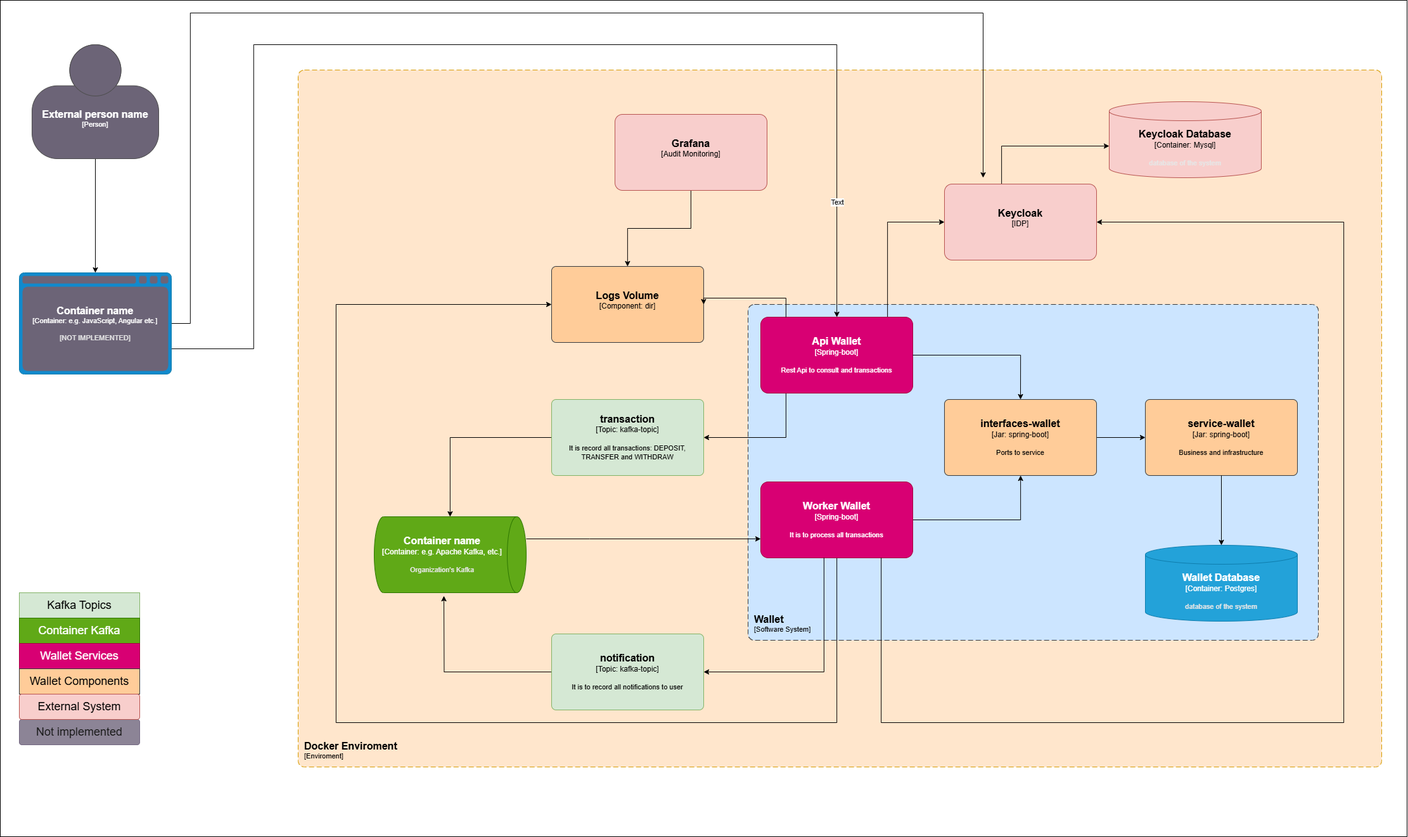
The draw.io diagram diagram.png in silviorazec/wallet, before a commit. Source tidied: cells renumbered, new cells last; positions are measured from the earlier drawing's top-left corner, leaving out a move shared by most shapes.
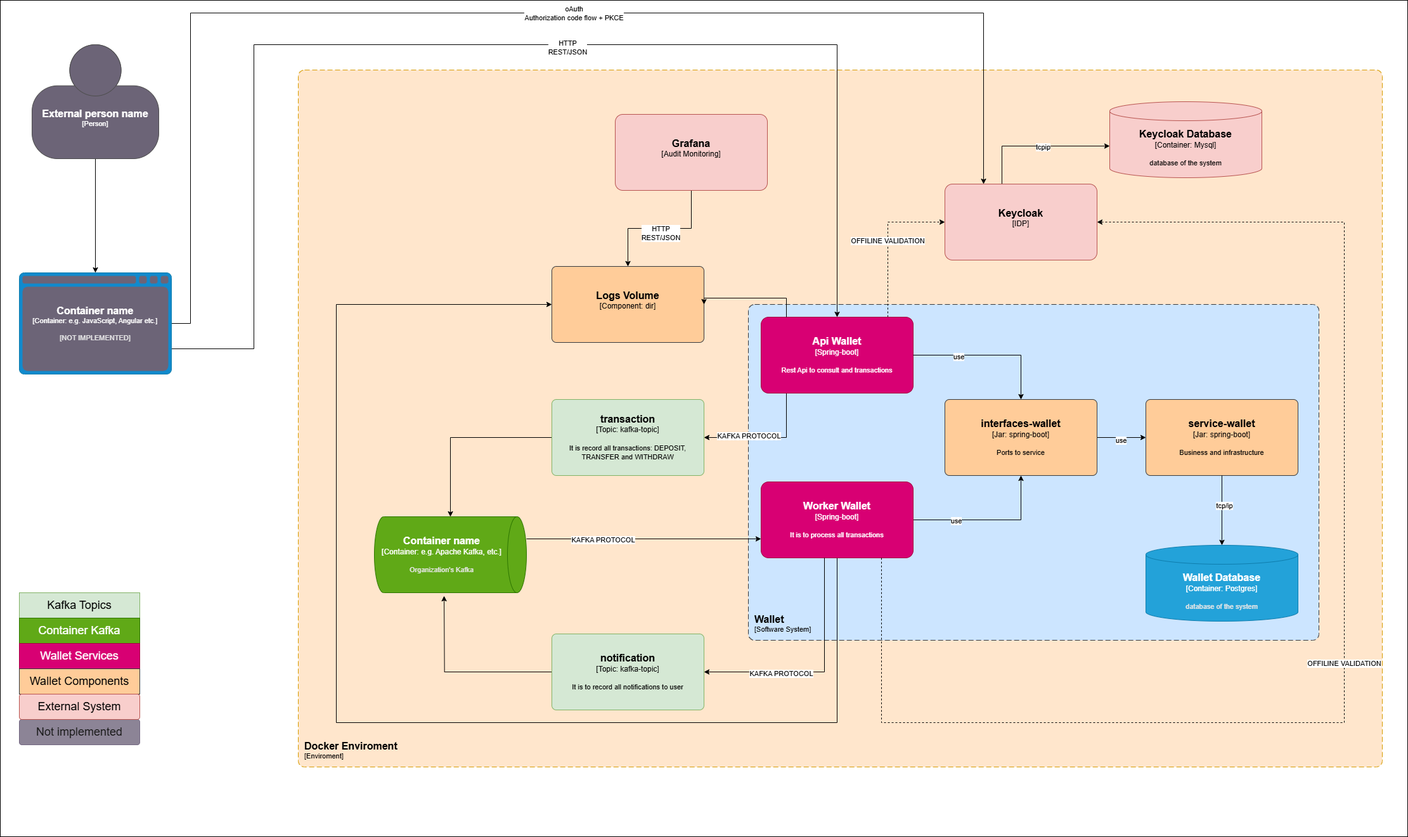
After the change.

The edit, as a diff of the source:
```diff
@@ -22,7 +22,12 @@
         </Array>
       </mxGeometry>
     </mxCell>
+    <mxCell id="44" value="KAFKA PROTOCOL" style="edgeLabel;html=1;align=center;verticalAlign=middle;" parent="5" vertex="1">
+      <mxGeometry x="0.3" y="-4" relative="1" as="geometry">
+        <mxPoint x="-1" as="offset" />
+      </mxGeometry>
+    </mxCell>
-    <mxCell id="6" style="edgeStyle=orthogonalEdgeStyle;rounded=0;jettySize=auto;html=1;" parent="1" edge="1" source="7" target="25">
+    <mxCell id="6" value="OFFILINE VALIDATION" style="edgeStyle=orthogonalEdgeStyle;rounded=0;jettySize=auto;html=1;dashed=1;" parent="1" edge="1" source="7" target="25">
       <mxGeometry relative="1" as="geometry">
         <Array as="points">
           <mxPoint x="1400" y="350" />
@@ -60,6 +65,9 @@
     <mxCell id="13" style="edgeStyle=orthogonalEdgeStyle;rounded=0;jettySize=auto;html=1;" parent="1" edge="1" source="15" target="20">
       <mxGeometry relative="1" as="geometry" />
     </mxCell>
+    <mxCell id="45" value="use" style="edgeLabel;html=1;align=center;verticalAlign=middle;" parent="13" vertex="1">
+      <mxGeometry x="-0.44" relative="1" as="geometry" />
+    </mxCell>
     <mxCell id="14" style="edgeStyle=orthogonalEdgeStyle;rounded=0;jettySize=auto;html=1;" parent="1" edge="1" source="15" target="36">
       <mxGeometry relative="1" as="geometry">
         <Array as="points">
@@ -82,6 +90,11 @@
         </Array>
       </mxGeometry>
     </mxCell>
+    <mxCell id="46" value="KAFKA PROTOCOL" style="edgeLabel;html=1;align=center;verticalAlign=middle;" parent="16" vertex="1">
+      <mxGeometry x="-0.36" relative="1" as="geometry">
+        <mxPoint x="-1" as="offset" />
+      </mxGeometry>
+    </mxCell>
     <mxCell id="17" style="edgeStyle=orthogonalEdgeStyle;rounded=0;jettySize=auto;html=1;entryX=1;entryY=0.5;entryDx=0;entryDy=0;entryPerimeter=0;" parent="1" edge="1" source="15" target="12">
       <mxGeometry relative="1" as="geometry">
         <Array as="points">
@@ -89,6 +102,11 @@
         </Array>
       </mxGeometry>
     </mxCell>
+    <mxCell id="47" value="KAFKA PROTOCOL" style="edgeLabel;html=1;align=center;verticalAlign=middle;" parent="17" vertex="1">
+      <mxGeometry x="-0.3" y="3" relative="1" as="geometry">
+        <mxPoint x="-73" y="51" as="offset" />
+      </mxGeometry>
+    </mxCell>
     <object id="18" label="&lt;font style=&quot;font-size: 16px&quot;&gt;&lt;b&gt;%c4Name%&lt;/b&gt;&lt;/font&gt;&lt;div&gt;[%c4Type%: %c4Technology%]&lt;/div&gt;&lt;br&gt;&lt;div&gt;&lt;font style=&quot;font-size: 11px&quot;&gt;%c4Description%&lt;/font&gt;&lt;/div&gt;" c4Description="Business and infrastructure" c4Name="service-wallet" c4Technology="spring-boot" c4Type="Jar" placeholders="1">
       <mxCell style="rounded=1;whiteSpace=wrap;html=1;labelBackgroundColor=none;fillColor=#ffcc99;align=center;arcSize=6;strokeColor=#36393d;points=[[0.25,0,0],[0.5,0,0],[0.75,0,0],[1,0.25,0],[1,0.5,0],[1,0.75,0],[0.75,1,0],[0.5,1,0],[0.25,1,0],[0,0.75,0],[0,0.5,0],[0,0.25,0]];" parent="1" vertex="1">
         <mxGeometry x="1807" y="630" width="240" height="120" as="geometry" />
@@ -97,6 +115,11 @@
     <mxCell id="19" style="edgeStyle=orthogonalEdgeStyle;rounded=0;jettySize=auto;html=1;" parent="1" edge="1" source="20" target="18">
       <mxGeometry relative="1" as="geometry" />
     </mxCell>
+    <mxCell id="48" value="use" style="edgeLabel;html=1;align=center;verticalAlign=middle;" parent="19" vertex="1">
+      <mxGeometry x="-0.03" y="-2" relative="1" as="geometry">
+        <mxPoint y="1" as="offset" />
+      </mxGeometry>
+    </mxCell>
     <object id="20" label="&lt;font style=&quot;font-size: 16px&quot;&gt;&lt;b&gt;%c4Name%&lt;/b&gt;&lt;/font&gt;&lt;div&gt;[%c4Type%: %c4Technology%]&lt;/div&gt;&lt;br&gt;&lt;div&gt;&lt;font style=&quot;font-size: 11px&quot;&gt;%c4Description%&lt;/font&gt;&lt;/div&gt;" c4Description="Ports to service" c4Name="interfaces-wallet" c4Technology="spring-boot" c4Type="Jar" placeholders="1">
       <mxCell style="rounded=1;whiteSpace=wrap;html=1;labelBackgroundColor=none;fillColor=#ffcc99;align=center;arcSize=6;strokeColor=#36393d;points=[[0.25,0,0],[0.5,0,0],[0.75,0,0],[1,0.25,0],[1,0.5,0],[1,0.75,0],[0.75,1,0],[0.5,1,0],[0.25,1,0],[0,0.75,0],[0,0.5,0],[0,0.25,0]];" parent="1" vertex="1">
         <mxGeometry x="1490" y="630" width="240" height="120" as="geometry" />
@@ -105,6 +128,9 @@
     <mxCell id="21" style="edgeStyle=orthogonalEdgeStyle;rounded=0;jettySize=auto;html=1;entryX=0.5;entryY=0;entryDx=0;entryDy=0;entryPerimeter=0;" parent="1" edge="1" source="7" target="20">
       <mxGeometry relative="1" as="geometry" />
     </mxCell>
+    <mxCell id="49" value="use" style="edgeLabel;html=1;align=center;verticalAlign=middle;" parent="21" vertex="1">
+      <mxGeometry x="-0.43" y="-1" relative="1" as="geometry" />
+    </mxCell>
     <object id="22" label="&lt;font style=&quot;font-size: 16px&quot;&gt;&lt;b&gt;%c4Name%&lt;/b&gt;&lt;/font&gt;&lt;div&gt;[%c4Type%:&amp;nbsp;%c4Technology%]&lt;/div&gt;&lt;br&gt;&lt;div&gt;&lt;font style=&quot;font-size: 11px&quot;&gt;&lt;font color=&quot;#E6E6E6&quot;&gt;%c4Description%&lt;/font&gt;&lt;/div&gt;" c4Description="database of the system" c4Name="Wallet Database" c4Technology="Postgres" c4Type="Container" placeholders="1">
       <mxCell style="shape=cylinder3;size=15;whiteSpace=wrap;html=1;boundedLbl=1;rounded=0;labelBackgroundColor=none;fillColor=#23A2D9;fontSize=12;fontColor=#ffffff;align=center;strokeColor=#0E7DAD;points=[[0.5,0,0],[1,0.25,0],[1,0.5,0],[1,0.75,0],[0.5,1,0],[0,0.75,0],[0,0.5,0],[0,0.25,0]];" parent="1" vertex="1">
         <mxGeometry x="1807" y="860" width="240" height="120" as="geometry" />
@@ -113,6 +139,9 @@
     <mxCell id="23" style="edgeStyle=orthogonalEdgeStyle;rounded=0;jettySize=auto;html=1;entryX=0.5;entryY=0;entryDx=0;entryDy=0;entryPerimeter=0;" parent="1" edge="1" source="18" target="22">
       <mxGeometry relative="1" as="geometry" />
     </mxCell>
+    <mxCell id="50" value="tcp/ip" style="edgeLabel;html=1;align=center;verticalAlign=middle;" parent="23" vertex="1">
+      <mxGeometry x="-0.14" y="2" relative="1" as="geometry" />
+    </mxCell>
     <mxCell id="24" style="edgeStyle=orthogonalEdgeStyle;rounded=0;jettySize=auto;html=1;" parent="1" edge="1" source="25" target="33">
       <mxGeometry relative="1" as="geometry">
         <Array as="points">
@@ -120,12 +149,15 @@
         </Array>
       </mxGeometry>
     </mxCell>
+    <mxCell id="51" value="tcpip" style="edgeLabel;html=1;align=center;verticalAlign=middle;" parent="24" vertex="1">
+      <mxGeometry x="0.09" relative="1" as="geometry" />
+    </mxCell>
     <object id="25" label="&lt;font style=&quot;font-size: 16px&quot;&gt;&lt;b&gt;%c4Name%&lt;/b&gt;&lt;/font&gt;&lt;div&gt;[%c4Type%]&lt;/div&gt;&lt;br&gt;&lt;div&gt;&lt;font style=&quot;font-size: 11px&quot;&gt;&lt;font color=&quot;#cccccc&quot;&gt;%c4Description%&lt;/font&gt;&lt;/div&gt;" c4Description="" c4Name="Keycloak" c4Type="IDP" placeholders="1">
       <mxCell style="rounded=1;whiteSpace=wrap;html=1;labelBackgroundColor=none;fillColor=#f8cecc;align=center;arcSize=10;strokeColor=#b85450;points=[[0.25,0,0],[0.5,0,0],[0.75,0,0],[1,0.25,0],[1,0.5,0],[1,0.75,0],[0.75,1,0],[0.5,1,0],[0.25,1,0],[0,0.75,0],[0,0.5,0],[0,0.25,0]];" parent="1" vertex="1">
         <mxGeometry x="1490" y="290" width="240" height="120" as="geometry" />
       </mxCell>
     </object>
-    <mxCell id="26" style="edgeStyle=orthogonalEdgeStyle;rounded=0;jettySize=auto;html=1;entryX=1;entryY=0.5;entryDx=0;entryDy=0;entryPerimeter=0;" parent="1" edge="1" source="15" target="25">
+    <mxCell id="26" value="OFFILINE VALIDATION" style="edgeStyle=orthogonalEdgeStyle;rounded=0;jettySize=auto;html=1;entryX=1;entryY=0.5;entryDx=0;entryDy=0;entryPerimeter=0;dashed=1;" parent="1" edge="1" source="15" target="25">
       <mxGeometry relative="1" as="geometry">
         <Array as="points">
           <mxPoint x="1390" y="1140" />
@@ -151,35 +183,40 @@
         </Array>
       </mxGeometry>
     </mxCell>
-    <mxCell id="30" value="Text" style="edgeLabel;html=1;align=center;verticalAlign=middle;" parent="29" vertex="1">
-      <mxGeometry x="0.81" y="-1" relative="1" as="geometry">
-        <mxPoint y="1" as="offset" />
-      </mxGeometry>
-    </mxCell>
+    <mxCell id="52" value="HTTP&lt;div&gt;REST/JSON&lt;/div&gt;" style="edgeLabel;html=1;align=center;verticalAlign=middle;" parent="29" vertex="1">
+      <mxGeometry x="0.13" y="-3" relative="1" as="geometry" />
+    </mxCell>
-    <mxCell id="31" style="edgeStyle=orthogonalEdgeStyle;rounded=0;jettySize=auto;html=1;" parent="1" edge="1" source="32">
+    <mxCell id="31" style="edgeStyle=orthogonalEdgeStyle;rounded=0;jettySize=auto;html=1;" parent="1" edge="1" source="32" target="25">
       <mxGeometry relative="1" as="geometry">
-        <mxPoint x="1550" y="280" as="targetPoint" />
         <Array as="points">
           <mxPoint x="300" y="510" />
           <mxPoint x="300" y="20" />
           <mxPoint x="1551" y="20" />
-          <mxPoint x="1551" y="280" />
         </Array>
       </mxGeometry>
     </mxCell>
+    <mxCell id="53" value="oAuth&lt;br&gt;Authorization code flow + PKCE" style="edgeLabel;html=1;align=center;verticalAlign=middle;" parent="31" vertex="1">
+      <mxGeometry x="0.1" y="1" relative="1" as="geometry" />
+    </mxCell>
     <object id="32" label="&lt;font style=&quot;font-size: 16px&quot;&gt;&lt;b&gt;%c4Name%&lt;/b&gt;&lt;/font&gt;&lt;div&gt;[%c4Type%:&amp;nbsp;%c4Technology%]&lt;/div&gt;&lt;br&gt;&lt;div&gt;&lt;font style=&quot;font-size: 11px&quot;&gt;&lt;font color=&quot;#E6E6E6&quot;&gt;%c4Description%&lt;/font&gt;&lt;/div&gt;" c4Description="[NOT IMPLEMENTED]" c4Name="Container name" c4Technology="e.g. JavaScript, Angular etc." c4Type="Container" placeholders="1">
       <mxCell style="shape=mxgraph.c4.webBrowserContainer2;whiteSpace=wrap;html=1;boundedLbl=1;rounded=0;labelBackgroundColor=none;strokeColor=#4D4D4D;fillColor=#6C6477;strokeColor=#118ACD;strokeColor2=#0E7DAD;fontSize=11;fontColor=#ffffff;align=center;points=[[0.5,0,0],[1,0.25,0],[1,0.5,0],[1,0.75,0],[0.5,1,0],[0,0.75,0],[0,0.5,0],[0,0.25,0]];dashed=0;verticalAlign=middle;fontFamily=Helvetica;" parent="1" vertex="1">
         <mxGeometry x="30" y="430" width="240" height="160" as="geometry" />
       </mxCell>
     </object>
-    <object id="33" label="&lt;font style=&quot;font-size: 16px&quot;&gt;&lt;b&gt;%c4Name%&lt;/b&gt;&lt;/font&gt;&lt;div&gt;[%c4Type%:&amp;nbsp;%c4Technology%]&lt;/div&gt;&lt;br&gt;&lt;div&gt;&lt;font style=&quot;font-size: 11px&quot;&gt;&lt;font color=&quot;#E6E6E6&quot;&gt;%c4Description%&lt;/font&gt;&lt;/div&gt;" c4Description="database of the system" c4Name="Keycloak Database" c4Technology="Mysql" c4Type="Container" placeholders="1">
-      <mxCell style="shape=cylinder3;size=15;whiteSpace=wrap;html=1;boundedLbl=1;rounded=1;labelBackgroundColor=none;fillColor=#f8cecc;fontSize=12;align=center;strokeColor=#b85450;points=[[0.5,0,0],[1,0.25,0],[1,0.5,0],[1,0.75,0],[0.5,1,0],[0,0.75,0],[0,0.5,0],[0,0.25,0]];verticalAlign=middle;arcSize=10;fontFamily=Helvetica;" parent="1" vertex="1">
+    <object id="33" label="&lt;font style=&quot;font-size: 16px&quot;&gt;&lt;b&gt;%c4Name%&lt;/b&gt;&lt;/font&gt;&lt;div&gt;[%c4Type%:&amp;nbsp;%c4Technology%]&lt;/div&gt;&lt;br&gt;&lt;div&gt;&lt;font style=&quot;font-size: 11px&quot;&gt;&lt;font&gt;%c4Description%&lt;/font&gt;&lt;/font&gt;&lt;/div&gt;" c4Description="database of the system" c4Name="Keycloak Database" c4Technology="Mysql" c4Type="Container" placeholders="1">
+      <mxCell style="shape=cylinder3;size=15;whiteSpace=wrap;html=1;boundedLbl=1;rounded=1;labelBackgroundColor=none;fillColor=#f8cecc;fontSize=12;align=center;strokeColor=#b85450;points=[[0.5,0,0],[1,0.25,0],[1,0.5,0],[1,0.75,0],[0.5,1,0],[0,0.75,0],[0,0.5,0],[0,0.25,0]];verticalAlign=middle;arcSize=10;fontFamily=Helvetica;fontColor=default;" parent="1" vertex="1">
         <mxGeometry x="1750" y="160" width="240" height="120" as="geometry" />
       </mxCell>
     </object>
     <mxCell id="34" style="edgeStyle=orthogonalEdgeStyle;rounded=0;jettySize=auto;html=1;" parent="1" edge="1" source="35" target="36">
       <mxGeometry relative="1" as="geometry" />
     </mxCell>
+    <mxCell id="30" value="Text" style="edgeLabel;html=1;align=center;verticalAlign=middle;" parent="34" vertex="1">
+      <mxGeometry x="-0.02" y="1" relative="1" as="geometry" />
+    </mxCell>
+    <mxCell id="54" value="HTTP&lt;div&gt;REST/JSON&lt;/div&gt;" style="edgeLabel;html=1;align=center;verticalAlign=middle;" parent="34" vertex="1">
+      <mxGeometry y="6" relative="1" as="geometry" />
+    </mxCell>
     <object id="35" label="&lt;font style=&quot;font-size: 16px&quot;&gt;&lt;b&gt;%c4Name%&lt;/b&gt;&lt;/font&gt;&lt;div&gt;[%c4Type%]&lt;/div&gt;&lt;br&gt;&lt;div&gt;&lt;font style=&quot;font-size: 11px&quot;&gt;&lt;font color=&quot;#cccccc&quot;&gt;%c4Description%&lt;/font&gt;&lt;/div&gt;" c4Description="" c4Name="Grafana" c4Type="Audit Monitoring" placeholders="1">
       <mxCell style="rounded=1;whiteSpace=wrap;html=1;labelBackgroundColor=none;fillColor=#f8cecc;align=center;arcSize=10;strokeColor=#b85450;points=[[0.25,0,0],[0.5,0,0],[0.75,0,0],[1,0.25,0],[1,0.5,0],[1,0.75,0],[0.75,1,0],[0.5,1,0],[0.25,1,0],[0,0.75,0],[0,0.5,0],[0,0.25,0]];" parent="1" vertex="1">
         <mxGeometry x="970" y="180" width="240" height="120" as="geometry" />
```
